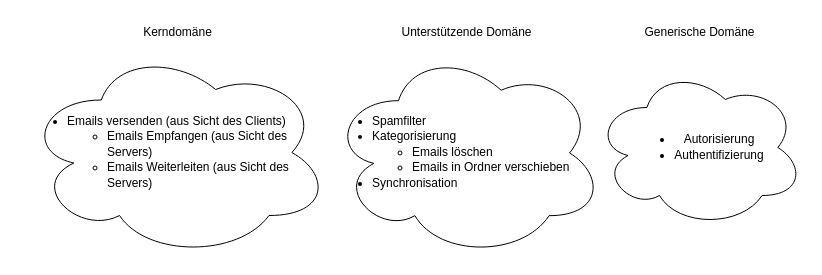
Above: docs/Domains/domains.drawio in DHBW-Mailflow/mailserver (draw.io), before the change. Source tidied: cells renumbered, new cells numbered last; positions are measured from the earlier drawing's top-left corner, leaving out a move shared by most shapes. Both pictures are drawn from the tidied source at 100%, with x=0, y=0 at pixel (25, 17).
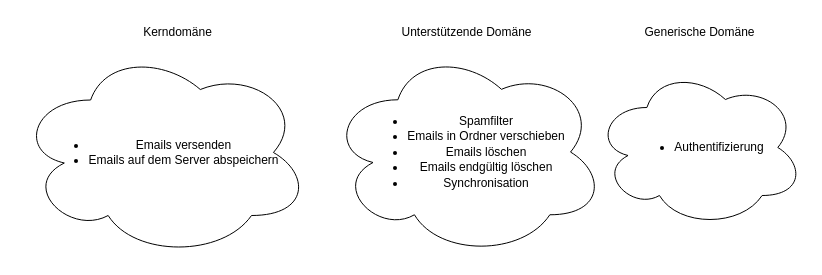
The same diagram, later.

Commit message (it also covers changes not shown here):
adjust domains according to feedback

What changed in the source:
```diff
@@
 <mxGraphModel>
   <root>
     <mxCell id="0" />
     <mxCell id="1" parent="0" />
     <mxCell id="2" value="Kerndomäne" style="text;html=1;align=center;verticalAlign=middle;strokeColor=none;fillColor=none;" parent="1" vertex="1">
       <mxGeometry x="107" width="90" height="30" as="geometry" />
     </mxCell>
     <mxCell id="3" value="Unterstützende Domäne" style="text;html=1;align=center;verticalAlign=middle;strokeColor=none;fillColor=none;" parent="1" vertex="1">
       <mxGeometry x="366.4" width="150" height="30" as="geometry" />
     </mxCell>
-    <mxCell id="4" value="&lt;div style=&quot;font-size: 11px; line-height: 130%;&quot;&gt;&lt;ul style=&quot;line-height: 130%; font-size: 12px;&quot;&gt;&lt;li&gt;Emails versenden (aus Sicht des Clients)&lt;ul style=&quot;line-height: 130%;&quot;&gt;&lt;li&gt;Emails Empfangen (aus Sicht des Servers)&lt;/li&gt;&lt;li style=&quot;&quot;&gt;Emails Weiterleiten (aus Sicht des Servers)&lt;/li&gt;&lt;/ul&gt;&lt;/li&gt;&lt;/ul&gt;&lt;/div&gt;" style="ellipse;shape=cloud;whiteSpace=wrap;html=1;align=left;labelPosition=center;verticalLabelPosition=middle;verticalAlign=middle;" parent="1" vertex="1">
-      <mxGeometry x="-0.5" y="30" width="305" height="210" as="geometry" />
+    <mxCell id="4" value="&lt;ul&gt;&lt;li&gt;Emails versenden&lt;/li&gt;&lt;li&gt;Emails auf dem Server abspeichern&lt;/li&gt;&lt;/ul&gt;" style="ellipse;shape=cloud;whiteSpace=wrap;align=center;labelPosition=center;verticalLabelPosition=middle;verticalAlign=middle;html=1;" parent="1" vertex="1">
+      <mxGeometry x="-8" y="30" width="292.5" height="210" as="geometry" />
     </mxCell>
     <mxCell id="5" value="Generische Domäne" style="text;html=1;align=center;verticalAlign=middle;strokeColor=none;fillColor=none;" parent="1" vertex="1">
       <mxGeometry x="608.8" width="130" height="30" as="geometry" />
     </mxCell>
-    <mxCell id="6" value="&lt;div style=&quot;line-height: 130%;&quot;&gt;&lt;ul style=&quot;line-height: 130%;&quot;&gt;&lt;li&gt;Spamfilter&lt;/li&gt;&lt;li&gt;Kategorisierung&lt;/li&gt;&lt;ul style=&quot;line-height: 130%;&quot;&gt;&lt;li&gt;Emails löschen&lt;/li&gt;&lt;li&gt;Emails in Ordner verschieben&lt;/li&gt;&lt;/ul&gt;&lt;li&gt;&lt;span style=&quot;background-color: initial;&quot;&gt;Synchronisation&lt;/span&gt;&lt;/li&gt;&lt;/ul&gt;&lt;/div&gt;" style="ellipse;shape=cloud;whiteSpace=wrap;html=1;align=left;labelPosition=center;verticalLabelPosition=middle;verticalAlign=middle;" parent="1" vertex="1">
-      <mxGeometry x="304.5" y="30.9" width="273.8" height="209.1" as="geometry" />
+    <mxCell id="6" value="&lt;div style=&quot;line-height: 130%;&quot;&gt;&lt;ul style=&quot;line-height: 130%;&quot;&gt;&lt;li&gt;Spamfilter&lt;/li&gt;&lt;li&gt;Emails in Ordner verschieben&lt;/li&gt;&lt;li&gt;Emails löschen&lt;/li&gt;&lt;li&gt;Emails endgültig löschen&lt;/li&gt;&lt;li&gt;&lt;span style=&quot;background-color: initial;&quot;&gt;Synchronisation&lt;/span&gt;&lt;/li&gt;&lt;/ul&gt;&lt;/div&gt;" style="ellipse;shape=cloud;whiteSpace=wrap;html=1;align=center;labelPosition=center;verticalLabelPosition=middle;verticalAlign=middle;" parent="1" vertex="1">
+      <mxGeometry x="303.3" y="30" width="276.3" height="209.1" as="geometry" />
     </mxCell>
-    <mxCell id="7" value="&lt;div style=&quot;line-height: 130%;&quot;&gt;&lt;ul style=&quot;line-height: 130%;&quot;&gt;&lt;li&gt;Autorisierung&lt;/li&gt;&lt;li&gt;Authentifizierung&lt;/li&gt;&lt;/ul&gt;&lt;/div&gt;" style="ellipse;shape=cloud;whiteSpace=wrap;html=1;align=center;labelPosition=center;verticalLabelPosition=middle;verticalAlign=middle;" parent="1" vertex="1">
+    <mxCell id="7" value="&lt;div style=&quot;line-height: 130%;&quot;&gt;&lt;div&gt;&lt;ul&gt;&lt;li&gt;&lt;span style=&quot;background-color: initial;&quot;&gt;Authentifizierung&lt;/span&gt;&lt;/li&gt;&lt;/ul&gt;&lt;/div&gt;&lt;/div&gt;" style="ellipse;shape=cloud;whiteSpace=wrap;html=1;align=center;labelPosition=center;verticalLabelPosition=middle;verticalAlign=middle;" parent="1" vertex="1">
       <mxGeometry x="569" y="50" width="209.5" height="160" as="geometry" />
     </mxCell>
   </root>
 </mxGraphModel>
```
